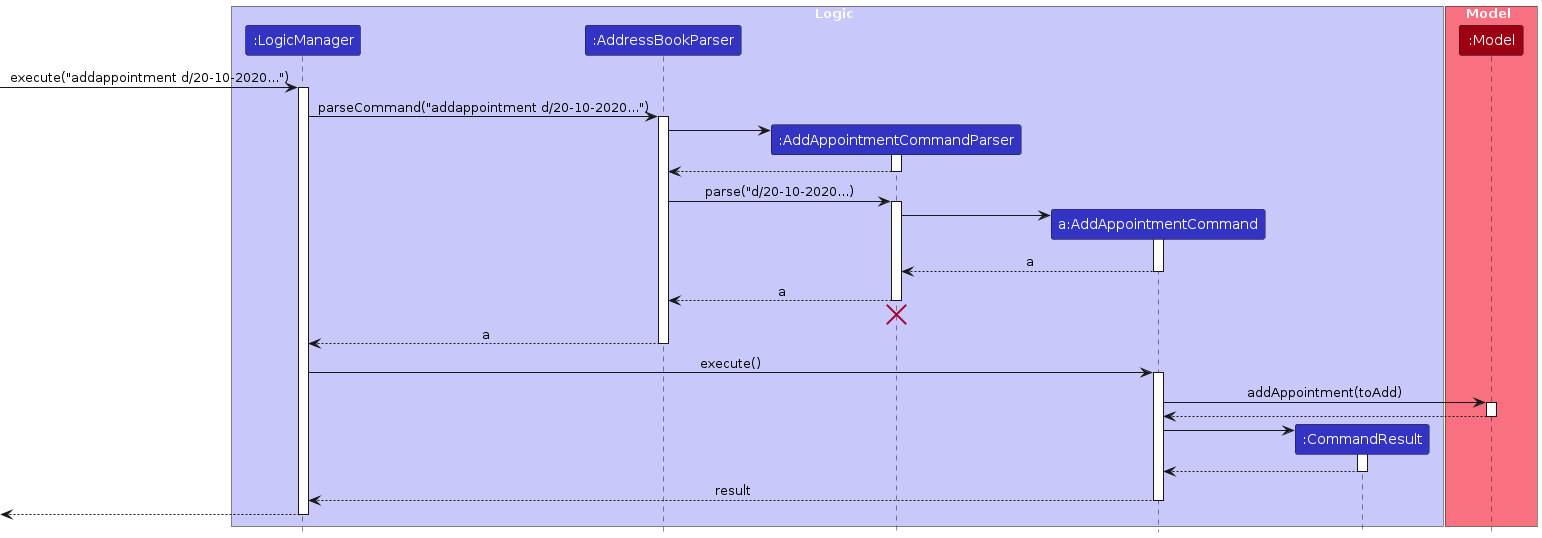
hjoneweek/tp keeps this PlantUML diagram as diagrams/AddAppointmentSequenceDiagram.png. Above is the earlier version. Its source is kept beside it as diagrams/AddAppointmentSequenceDiagram.puml.
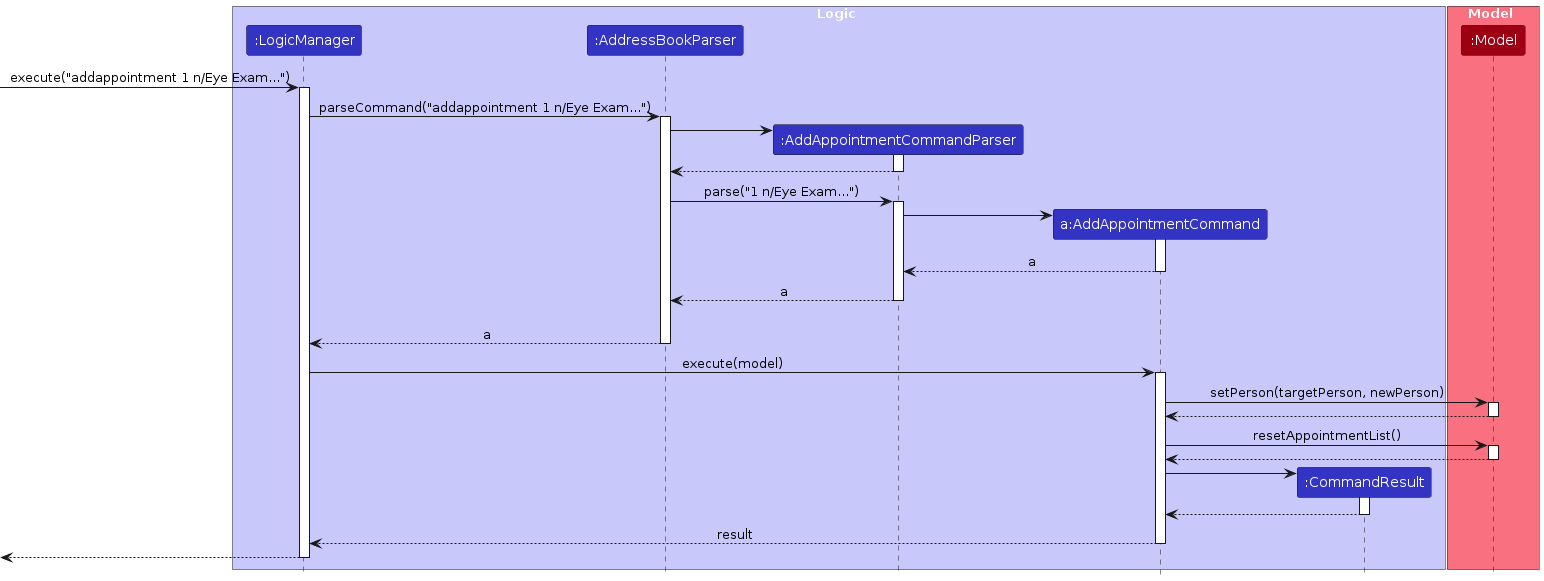
The same file after the commit.

What changed in the source:
```diff
@@ -14,10 +14,10 @@
 participant ":Model" as Model MODEL_COLOR
 end box
 
-[-> LogicManager : execute("addappointment d/20-10-2020...")
+[-> LogicManager : execute("addappointment 1 n/Eye Exam...")
 activate LogicManager
 
-LogicManager -> AddressBookParser : parseCommand("addappointment d/20-10-2020...")
+LogicManager -> AddressBookParser : parseCommand("addappointment 1 n/Eye Exam...")
 activate AddressBookParser
 
 create AddAppointmentCommandParser
@@ -27,7 +27,7 @@
 AddAppointmentCommandParser --> AddressBookParser
 deactivate AddAppointmentCommandParser
 
-AddressBookParser -> AddAppointmentCommandParser : parse("d/20-10-2020...)
+AddressBookParser -> AddAppointmentCommandParser : parse("1 n/Eye Exam...")
 activate AddAppointmentCommandParser
 
 create AddAppointmentCommand
@@ -40,15 +40,21 @@
 AddAppointmentCommandParser --> AddressBookParser : a
 deactivate AddAppointmentCommandParser
 AddAppointmentCommandParser -[hidden]-> AddressBookParser
-destroy AddAppointmentCommandParser
+deactivate AddAppointmentCommandParser
 
 AddressBookParser --> LogicManager : a
 deactivate AddressBookParser
 
-LogicManager -> AddAppointmentCommand : execute()
+LogicManager -> AddAppointmentCommand : execute(model)
 activate AddAppointmentCommand
 
-AddAppointmentCommand -> Model : addAppointment(toAdd)
+AddAppointmentCommand -> Model : setPerson(targetPerson, newPerson)
+activate Model
+
+Model --> AddAppointmentCommand
+deactivate Model
+
+AddAppointmentCommand -> Model : resetAppointmentList()
 activate Model
 
 Model --> AddAppointmentCommand
```
